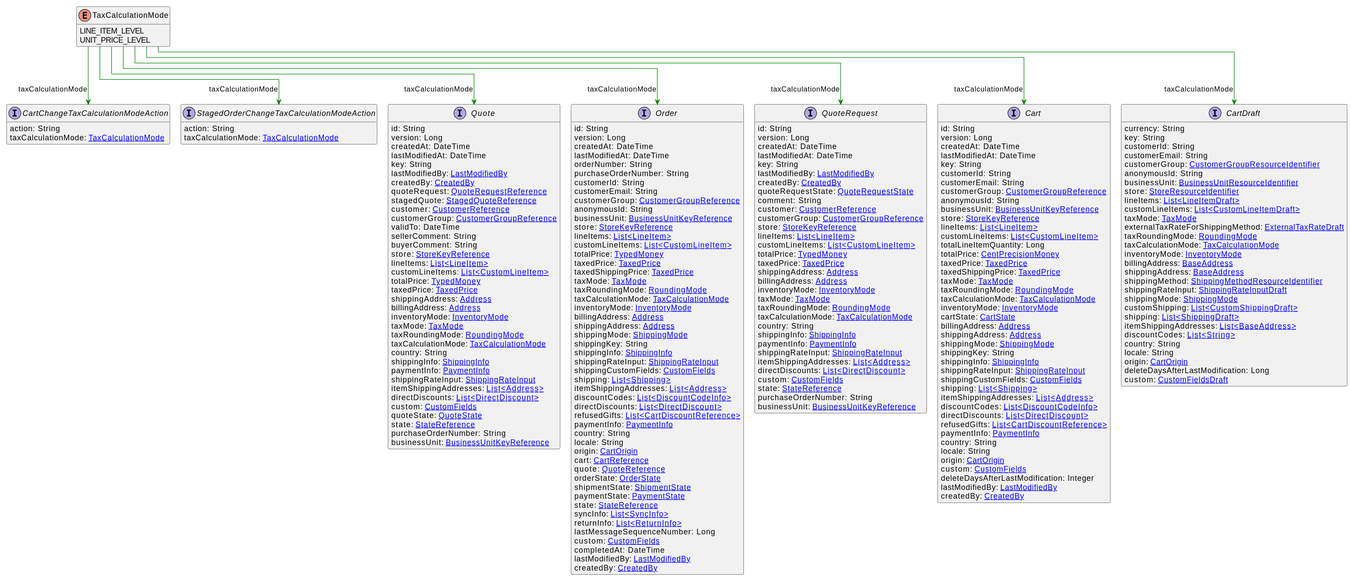
Above: uml/api/svg/TaxCalculationMode.svg in commercetools/commercetools-api-reference (PlantUML), before the change.
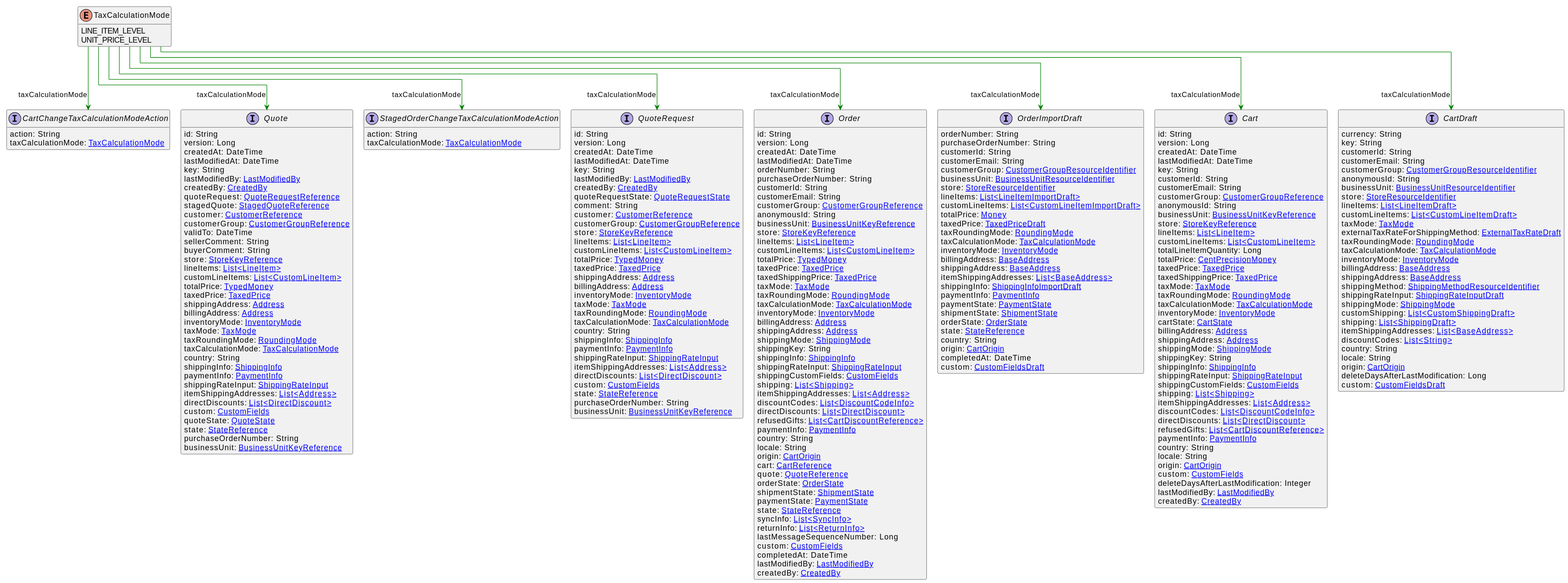
Later version of the same file.

The edit, as a diff of the source:
```diff
@@ -140,6 +140,35 @@
     lastModifiedBy: [[LastModifiedBy.svg LastModifiedBy]]
     createdBy: [[CreatedBy.svg CreatedBy]]
 }
+interface OrderImportDraft [[OrderImportDraft.svg]]  {
+    orderNumber: String
+    purchaseOrderNumber: String
+    customerId: String
+    customerEmail: String
+    customerGroup: [[CustomerGroupResourceIdentifier.svg CustomerGroupResourceIdentifier]]
+    businessUnit: [[BusinessUnitResourceIdentifier.svg BusinessUnitResourceIdentifier]]
+    store: [[StoreResourceIdentifier.svg StoreResourceIdentifier]]
+    lineItems: [[LineItemImportDraft.svg List<LineItemImportDraft>]]
+    customLineItems: [[CustomLineItemImportDraft.svg List<CustomLineItemImportDraft>]]
+    totalPrice: [[Money.svg Money]]
+    taxedPrice: [[TaxedPriceDraft.svg TaxedPriceDraft]]
+    taxRoundingMode: [[RoundingMode.svg RoundingMode]]
+    taxCalculationMode: [[TaxCalculationMode.svg TaxCalculationMode]]
+    inventoryMode: [[InventoryMode.svg InventoryMode]]
+    billingAddress: [[BaseAddress.svg BaseAddress]]
+    shippingAddress: [[BaseAddress.svg BaseAddress]]
+    itemShippingAddresses: [[BaseAddress.svg List<BaseAddress>]]
+    shippingInfo: [[ShippingInfoImportDraft.svg ShippingInfoImportDraft]]
+    paymentInfo: [[PaymentInfo.svg PaymentInfo]]
+    paymentState: [[PaymentState.svg PaymentState]]
+    shipmentState: [[ShipmentState.svg ShipmentState]]
+    orderState: [[OrderState.svg OrderState]]
+    state: [[StateReference.svg StateReference]]
+    country: String
+    origin: [[CartOrigin.svg CartOrigin]]
+    completedAt: DateTime
+    custom: [[CustomFieldsDraft.svg CustomFieldsDraft]]
+}
 interface QuoteRequest [[QuoteRequest.svg]]  {
     id: String
     version: Long
@@ -217,6 +246,7 @@
 TaxCalculationMode --> CartChangeTaxCalculationModeAction #green;text:green : "taxCalculationMode"
 TaxCalculationMode --> StagedOrderChangeTaxCalculationModeAction #green;text:green : "taxCalculationMode"
 TaxCalculationMode --> Order #green;text:green : "taxCalculationMode"
+TaxCalculationMode --> OrderImportDraft #green;text:green : "taxCalculationMode"
 TaxCalculationMode --> QuoteRequest #green;text:green : "taxCalculationMode"
 TaxCalculationMode --> Quote #green;text:green : "taxCalculationMode"
 @enduml
```
